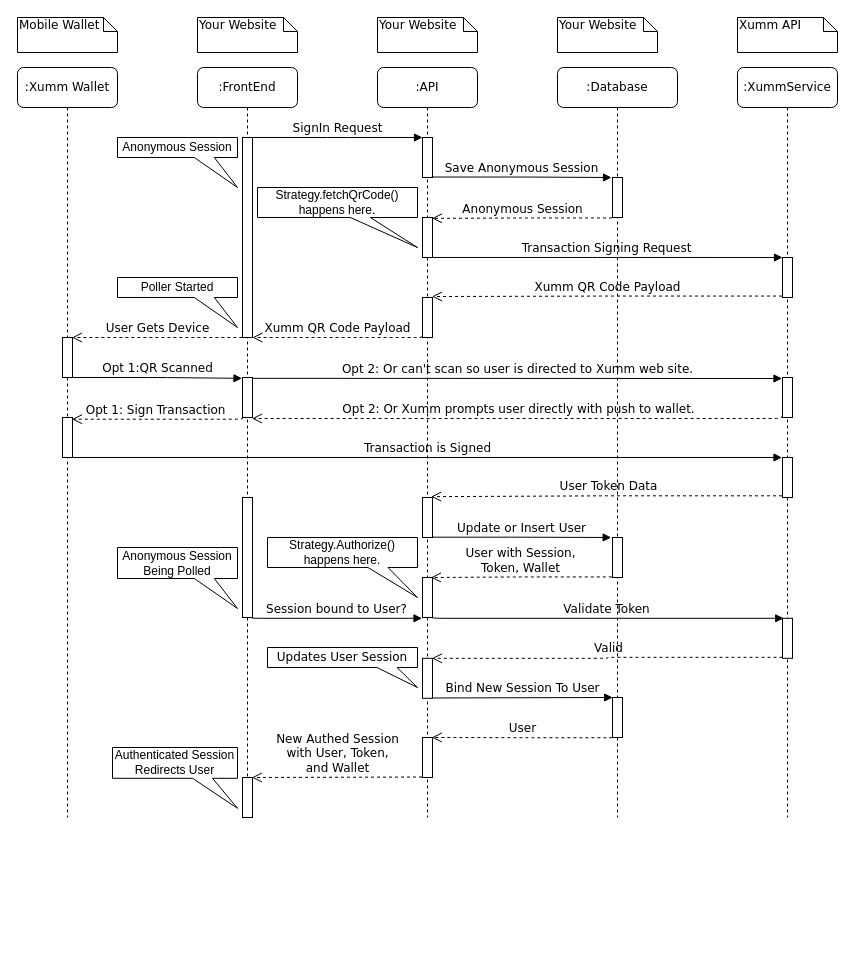
This is docs/E2E-Sequence.drawio from jfgrissom/passport-xumm, a draw.io file, before an edit. Source tidied: cells renumbered, new cells numbered last; positions are measured from the earlier drawing's top-left corner, leaving out a move shared by most shapes. Both pictures are drawn from the tidied source at 100%, with x=0, y=0 at pixel (17, 17).
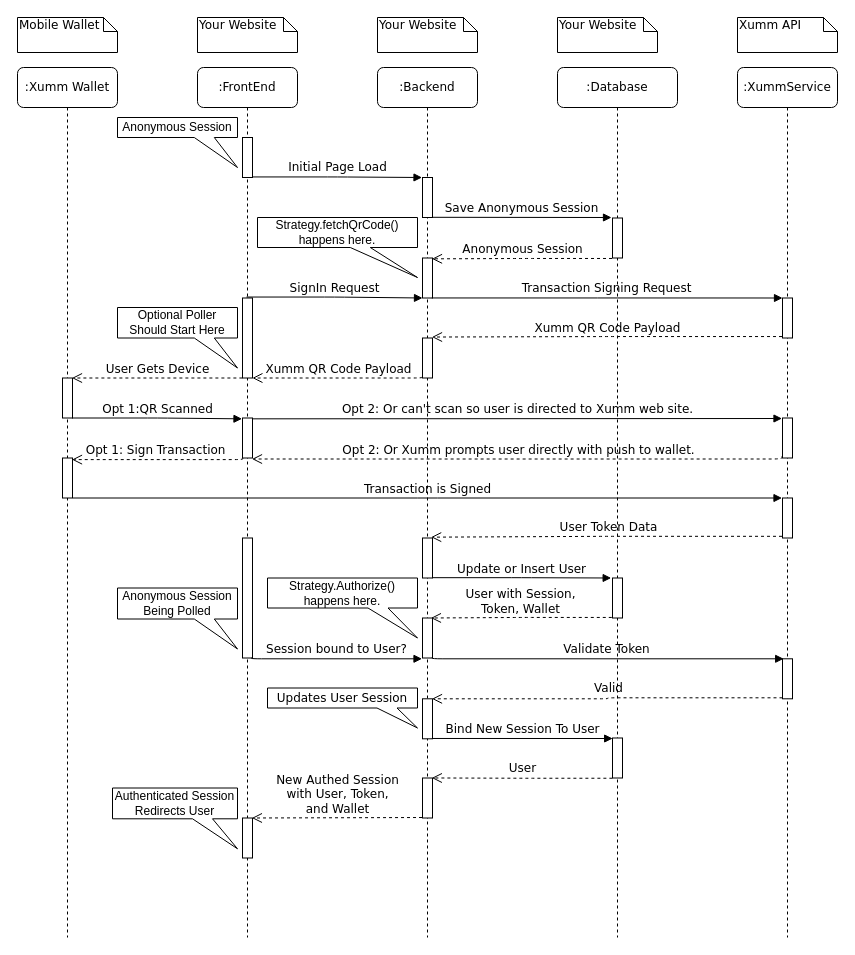
Above is the later version.

Change to the diagram source:
```diff
@@
-    <mxCell id="2" value=":API" style="shape=umlLifeline;perimeter=lifelinePerimeter;whiteSpace=wrap;html=1;rounded=1;shadow=0;comic=0;labelBackgroundColor=none;strokeWidth=1;fontFamily=Verdana;fontSize=12;align=center;" parent="1" vertex="1">
-      <mxGeometry x="360" y="50" width="100" height="750" as="geometry" />
+    <mxCell id="2" value=":Backend" style="shape=umlLifeline;perimeter=lifelinePerimeter;whiteSpace=wrap;html=1;rounded=1;shadow=0;comic=0;labelBackgroundColor=none;strokeWidth=1;fontFamily=Verdana;fontSize=12;align=center;" parent="1" vertex="1">
+      <mxGeometry x="360" y="50" width="100" height="870" as="geometry" />
     </mxCell>
     <mxCell id="3" style="html=1;points=[];perimeter=orthogonalPerimeter;rounded=0;shadow=0;comic=0;labelBackgroundColor=none;strokeWidth=1;fontFamily=Verdana;fontSize=12;align=center;" parent="2" vertex="1">
-      <mxGeometry x="45" y="70" width="10" height="40" as="geometry" />
+      <mxGeometry x="45" y="110" width="10" height="40" as="geometry" />
     </mxCell>
     <mxCell id="4" style="html=1;points=[];perimeter=orthogonalPerimeter;rounded=0;shadow=0;comic=0;labelBackgroundColor=none;strokeWidth=1;fontFamily=Verdana;fontSize=12;align=center;" parent="2" vertex="1">
-      <mxGeometry x="45" y="230" width="10" height="40" as="geometry" />
+      <mxGeometry x="45" y="270.5" width="10" height="40" as="geometry" />
     </mxCell>
     <mxCell id="5" style="html=1;points=[];perimeter=orthogonalPerimeter;rounded=0;shadow=0;comic=0;labelBackgroundColor=none;strokeWidth=1;fontFamily=Verdana;fontSize=12;align=center;" parent="2" vertex="1">
-      <mxGeometry x="45" y="430" width="10" height="40" as="geometry" />
+      <mxGeometry x="45" y="470.5" width="10" height="40" as="geometry" />
     </mxCell>
     <mxCell id="6" style="html=1;points=[];perimeter=orthogonalPerimeter;rounded=0;shadow=0;comic=0;labelBackgroundColor=none;strokeWidth=1;fontFamily=Verdana;fontSize=12;align=center;" parent="2" vertex="1">
-      <mxGeometry x="45" y="590.8" width="10" height="40" as="geometry" />
+      <mxGeometry x="45" y="631.3" width="10" height="40" as="geometry" />
     </mxCell>
     <mxCell id="7" value="Strategy.Authorize() happens here." style="shape=callout;whiteSpace=wrap;html=1;perimeter=calloutPerimeter;position2=1;size=30;position=0.67;base=20;" parent="2" vertex="1">
-      <mxGeometry x="-110" y="470" width="150" height="60" as="geometry" />
+      <mxGeometry x="-110" y="510.5" width="150" height="60" as="geometry" />
     </mxCell>
     <mxCell id="8" style="html=1;points=[];perimeter=orthogonalPerimeter;rounded=0;shadow=0;comic=0;labelBackgroundColor=none;strokeWidth=1;fontFamily=Verdana;fontSize=12;align=center;" parent="2" vertex="1">
-      <mxGeometry x="45" y="150" width="10" height="40" as="geometry" />
+      <mxGeometry x="45" y="190.5" width="10" height="40" as="geometry" />
     </mxCell>
     <mxCell id="9" style="html=1;points=[];perimeter=orthogonalPerimeter;rounded=0;shadow=0;comic=0;labelBackgroundColor=none;strokeWidth=1;fontFamily=Verdana;fontSize=12;align=center;" parent="2" vertex="1">
-      <mxGeometry x="45" y="510" width="10" height="40" as="geometry" />
+      <mxGeometry x="45" y="550.5" width="10" height="40" as="geometry" />
     </mxCell>
     <mxCell id="10" style="html=1;points=[];perimeter=orthogonalPerimeter;rounded=0;shadow=0;comic=0;labelBackgroundColor=none;strokeWidth=1;fontFamily=Verdana;fontSize=12;align=center;" parent="2" vertex="1">
-      <mxGeometry x="45" y="670" width="10" height="40" as="geometry" />
+      <mxGeometry x="45" y="710.5" width="10" height="40" as="geometry" />
     </mxCell>
     <mxCell id="11" value=":XummService" style="shape=umlLifeline;perimeter=lifelinePerimeter;whiteSpace=wrap;html=1;rounded=1;shadow=0;comic=0;labelBackgroundColor=none;strokeWidth=1;fontFamily=Verdana;fontSize=12;align=center;" parent="1" vertex="1">
-      <mxGeometry x="720" y="50" width="100" height="750" as="geometry" />
+      <mxGeometry x="720" y="50" width="100" height="870" as="geometry" />
     </mxCell>
     <mxCell id="12" style="html=1;points=[];perimeter=orthogonalPerimeter;rounded=0;shadow=0;comic=0;labelBackgroundColor=none;strokeWidth=1;fontFamily=Verdana;fontSize=12;align=center;" parent="11" vertex="1">
-      <mxGeometry x="45" y="190" width="10" height="40" as="geometry" />
+      <mxGeometry x="45" y="230.5" width="10" height="40" as="geometry" />
     </mxCell>
     <mxCell id="13" style="html=1;points=[];perimeter=orthogonalPerimeter;rounded=0;shadow=0;comic=0;labelBackgroundColor=none;strokeWidth=1;fontFamily=Verdana;fontSize=12;align=center;" parent="11" vertex="1">
-      <mxGeometry x="45" y="390" width="10" height="40" as="geometry" />
+      <mxGeometry x="45" y="430.5" width="10" height="40" as="geometry" />
     </mxCell>
     <mxCell id="14" style="html=1;points=[];perimeter=orthogonalPerimeter;rounded=0;shadow=0;comic=0;labelBackgroundColor=none;strokeWidth=1;fontFamily=Verdana;fontSize=12;align=center;" parent="11" vertex="1">
-      <mxGeometry x="45" y="310" width="10" height="40" as="geometry" />
+      <mxGeometry x="45" y="350.5" width="10" height="40" as="geometry" />
     </mxCell>
     <mxCell id="15" style="html=1;points=[];perimeter=orthogonalPerimeter;rounded=0;shadow=0;comic=0;labelBackgroundColor=none;strokeWidth=1;fontFamily=Verdana;fontSize=12;align=center;" parent="11" vertex="1">
-      <mxGeometry x="45" y="550.8" width="10" height="40" as="geometry" />
+      <mxGeometry x="45" y="591.3" width="10" height="40" as="geometry" />
     </mxCell>
     <mxCell id="16" value=":FrontEnd" style="shape=umlLifeline;perimeter=lifelinePerimeter;whiteSpace=wrap;html=1;rounded=1;shadow=0;comic=0;labelBackgroundColor=none;strokeWidth=1;fontFamily=Verdana;fontSize=12;align=center;" parent="1" vertex="1">
-      <mxGeometry x="180" y="50" width="100" height="750" as="geometry" />
+      <mxGeometry x="180" y="50" width="100" height="870" as="geometry" />
     </mxCell>
     <mxCell id="17" style="html=1;points=[];perimeter=orthogonalPerimeter;rounded=0;shadow=0;comic=0;labelBackgroundColor=none;strokeWidth=1;fontFamily=Verdana;fontSize=12;align=center;" parent="16" vertex="1">
-      <mxGeometry x="45" y="70" width="10" height="200" as="geometry" />
+      <mxGeometry x="45" y="230.5" width="10" height="80" as="geometry" />
     </mxCell>
     <mxCell id="18" style="html=1;points=[];perimeter=orthogonalPerimeter;rounded=0;shadow=0;comic=0;labelBackgroundColor=none;strokeWidth=1;fontFamily=Verdana;fontSize=12;align=center;" parent="16" vertex="1">
-      <mxGeometry x="45" y="310" width="10" height="40" as="geometry" />
+      <mxGeometry x="45" y="350.5" width="10" height="40" as="geometry" />
     </mxCell>
     <mxCell id="19" style="html=1;points=[];perimeter=orthogonalPerimeter;rounded=0;shadow=0;comic=0;labelBackgroundColor=none;strokeWidth=1;fontFamily=Verdana;fontSize=12;align=center;" parent="16" vertex="1">
-      <mxGeometry x="45" y="710" width="10" height="40" as="geometry" />
+      <mxGeometry x="45" y="750.5" width="10" height="40" as="geometry" />
     </mxCell>
     <mxCell id="20" value="Anonymous Session" style="shape=callout;whiteSpace=wrap;html=1;perimeter=calloutPerimeter;position2=1;size=30;position=0.64;base=20;" parent="16" vertex="1">
-      <mxGeometry x="-80" y="70" width="120" height="50" as="geometry" />
+      <mxGeometry x="-80" y="50" width="120" height="50" as="geometry" />
     </mxCell>
     <mxCell id="21" style="html=1;points=[];perimeter=orthogonalPerimeter;rounded=0;shadow=0;comic=0;labelBackgroundColor=none;strokeWidth=1;fontFamily=Verdana;fontSize=12;align=center;" parent="16" vertex="1">
-      <mxGeometry x="45" y="430" width="10" height="120" as="geometry" />
+      <mxGeometry x="45" y="470.5" width="10" height="120" as="geometry" />
     </mxCell>
     <mxCell id="22" value="Anonymous Session&lt;br&gt;Being Polled" style="shape=callout;whiteSpace=wrap;html=1;perimeter=calloutPerimeter;position2=1;size=30;position=0.64;base=20;" parent="16" vertex="1">
-      <mxGeometry x="-80" y="480" width="120" height="61" as="geometry" />
+      <mxGeometry x="-80" y="520.5" width="120" height="61" as="geometry" />
     </mxCell>
+    <mxCell id="60" style="html=1;points=[];perimeter=orthogonalPerimeter;rounded=0;shadow=0;comic=0;labelBackgroundColor=none;strokeWidth=1;fontFamily=Verdana;fontSize=12;align=center;" parent="16" vertex="1">
+      <mxGeometry x="45" y="70" width="10" height="40" as="geometry" />
+    </mxCell>
     <mxCell id="23" value="Xumm QR Code Payload" style="html=1;verticalAlign=bottom;endArrow=open;dashed=1;endSize=8;labelBackgroundColor=none;fontFamily=Verdana;fontSize=12;edgeStyle=elbowEdgeStyle;elbow=vertical;exitX=-0.05;exitY=0.972;exitDx=0;exitDy=0;exitPerimeter=0;entryX=0.989;entryY=0.998;entryDx=0;entryDy=0;entryPerimeter=0;" parent="1" edge="1" source="4" target="17">
       <mxGeometry relative="1" as="geometry">
         <Array as="points">
-          <mxPoint x="320" y="320" />
-          <mxPoint x="320" y="400" />
-          <mxPoint x="330" y="300" />
+          <mxPoint x="320" y="360.5" />
+          <mxPoint x="320" y="440.5" />
+          <mxPoint x="330" y="340.5" />
         </Array>
       </mxGeometry>
     </mxCell>
-    <mxCell id="24" value="SignIn Request" style="html=1;verticalAlign=bottom;endArrow=block;entryX=0;entryY=0;labelBackgroundColor=none;fontFamily=Verdana;fontSize=12;edgeStyle=elbowEdgeStyle;elbow=vertical;" parent="1" edge="1" source="17" target="3">
+    <mxCell id="24" value="SignIn Request" style="html=1;verticalAlign=bottom;endArrow=block;entryX=0;entryY=1;labelBackgroundColor=none;fontFamily=Verdana;fontSize=12;edgeStyle=elbowEdgeStyle;elbow=vertical;exitX=0.4;exitY=-0.012;exitDx=0;exitDy=0;exitPerimeter=0;entryDx=0;entryDy=0;entryPerimeter=0;" parent="1" edge="1" source="17" target="8">
       <mxGeometry relative="1" as="geometry" />
     </mxCell>
@@
     <mxCell id="30" value=":Xumm Wallet" style="shape=umlLifeline;perimeter=lifelinePerimeter;whiteSpace=wrap;html=1;rounded=1;shadow=0;comic=0;labelBackgroundColor=none;strokeWidth=1;fontFamily=Verdana;fontSize=12;align=center;" parent="1" vertex="1">
-      <mxGeometry y="50" width="100" height="750" as="geometry" />
+      <mxGeometry y="50" width="100" height="870" as="geometry" />
     </mxCell>
     <mxCell id="31" style="html=1;points=[];perimeter=orthogonalPerimeter;rounded=0;shadow=0;comic=0;labelBackgroundColor=none;strokeWidth=1;fontFamily=Verdana;fontSize=12;align=center;" parent="30" vertex="1">
-      <mxGeometry x="45" y="270" width="10" height="40" as="geometry" />
+      <mxGeometry x="45" y="310.5" width="10" height="40" as="geometry" />
     </mxCell>
     <mxCell id="32" style="html=1;points=[];perimeter=orthogonalPerimeter;rounded=0;shadow=0;comic=0;labelBackgroundColor=none;strokeWidth=1;fontFamily=Verdana;fontSize=12;align=center;" parent="30" vertex="1">
-      <mxGeometry x="45" y="350" width="10" height="40" as="geometry" />
+      <mxGeometry x="45" y="390.5" width="10" height="40" as="geometry" />
     </mxCell>
@@
     <mxCell id="35" value="Opt 1: Sign Transaction&amp;nbsp;" style="html=1;verticalAlign=bottom;endArrow=open;dashed=1;endSize=8;labelBackgroundColor=none;fontFamily=Verdana;fontSize=12;edgeStyle=elbowEdgeStyle;elbow=vertical;exitX=0.033;exitY=1;exitDx=0;exitDy=0;exitPerimeter=0;entryX=0.95;entryY=0.021;entryDx=0;entryDy=0;entryPerimeter=0;" parent="1" edge="1" source="18" target="32">
       <mxGeometry relative="1" as="geometry">
         <Array as="points">
-          <mxPoint x="135" y="401.7" />
-          <mxPoint x="125" y="491.7" />
-          <mxPoint x="135" y="391.7" />
+          <mxPoint x="135" y="442.1" />
+          <mxPoint x="125" y="532.1" />
+          <mxPoint x="135" y="432.1" />
         </Array>
       </mxGeometry>
     </mxCell>
@@
     <mxCell id="37" value="User Gets Device" style="html=1;verticalAlign=bottom;endArrow=open;dashed=1;endSize=8;labelBackgroundColor=none;fontFamily=Verdana;fontSize=12;edgeStyle=elbowEdgeStyle;elbow=vertical;entryX=0.95;entryY=0;entryDx=0;entryDy=0;entryPerimeter=0;exitX=-0.011;exitY=1;exitDx=0;exitDy=0;exitPerimeter=0;" parent="1" edge="1" source="17" target="31">
       <mxGeometry relative="1" as="geometry">
         <Array as="points">
-          <mxPoint x="140" y="320" />
-          <mxPoint x="119.7" y="400" />
-          <mxPoint x="129.7" y="300" />
+          <mxPoint x="140" y="360.5" />
+          <mxPoint x="119.7" y="440.5" />
+          <mxPoint x="129.7" y="340.5" />
         </Array>
       </mxGeometry>
     </mxCell>
@@
     <mxCell id="39" value="Opt 2: Or Xumm prompts user directly with push to wallet." style="html=1;verticalAlign=bottom;endArrow=open;dashed=1;endSize=8;labelBackgroundColor=none;fontFamily=Verdana;fontSize=12;edgeStyle=elbowEdgeStyle;elbow=horizontal;entryX=0.95;entryY=1.021;entryDx=0;entryDy=0;entryPerimeter=0;exitX=-0.05;exitY=0.958;exitDx=0;exitDy=0;exitPerimeter=0;" parent="1" edge="1" source="14" target="18">
       <mxGeometry relative="1" as="geometry">
         <Array as="points">
-          <mxPoint x="400" y="401" />
-          <mxPoint x="195" y="501.7" />
-          <mxPoint x="205" y="401.7" />
+          <mxPoint x="400" y="441.5" />
+          <mxPoint x="195" y="542.1" />
+          <mxPoint x="205" y="442.1" />
         </Array>
       </mxGeometry>
     </mxCell>
@@
     <mxCell id="41" value="Validate Token" style="html=1;verticalAlign=bottom;endArrow=block;labelBackgroundColor=none;fontFamily=Verdana;fontSize=12;edgeStyle=elbowEdgeStyle;elbow=vertical;entryX=0.117;entryY=0;entryDx=0;entryDy=0;entryPerimeter=0;exitX=0.961;exitY=0.985;exitDx=0;exitDy=0;exitPerimeter=0;" parent="1" edge="1" source="9" target="15">
       <mxGeometry relative="1" as="geometry">
         <Array as="points">
-          <mxPoint x="460" y="600.8" />
+          <mxPoint x="460" y="641.3" />
         </Array>
       </mxGeometry>
     </mxCell>
@@
     <mxCell id="43" value="New Authed Session&lt;br&gt;with User, Token, &lt;br&gt;and Wallet" style="html=1;verticalAlign=bottom;endArrow=open;dashed=1;endSize=8;labelBackgroundColor=none;fontFamily=Verdana;fontSize=12;edgeStyle=elbowEdgeStyle;elbow=vertical;entryX=0.941;entryY=0.007;entryDx=0;entryDy=0;entryPerimeter=0;exitX=-0.048;exitY=0.988;exitDx=0;exitDy=0;exitPerimeter=0;" parent="1" edge="1" source="10" target="19">
       <mxGeometry x="-0.01" relative="1" as="geometry">
         <Array as="points">
-          <mxPoint x="320" y="760" />
-          <mxPoint x="187.3" y="783.2" />
-          <mxPoint x="197.3" y="683.2" />
+          <mxPoint x="320" y="800.5" />
+          <mxPoint x="187.3" y="823.7" />
+          <mxPoint x="197.3" y="723.7" />
         </Array>
       </mxGeometry>
     </mxCell>
     <mxCell id="44" value=":Database" style="shape=umlLifeline;perimeter=lifelinePerimeter;whiteSpace=wrap;html=1;rounded=1;shadow=0;comic=0;labelBackgroundColor=none;strokeWidth=1;fontFamily=Verdana;fontSize=12;align=center;" parent="1" vertex="1">
-      <mxGeometry x="540" y="50" width="120" height="750" as="geometry" />
+      <mxGeometry x="540" y="50" width="120" height="870" as="geometry" />
     </mxCell>
     <mxCell id="45" style="html=1;points=[];perimeter=orthogonalPerimeter;rounded=0;shadow=0;comic=0;labelBackgroundColor=none;strokeWidth=1;fontFamily=Verdana;fontSize=12;align=center;" parent="44" vertex="1">
-      <mxGeometry x="55" y="110" width="10" height="40" as="geometry" />
+      <mxGeometry x="55" y="150.5" width="10" height="40" as="geometry" />
     </mxCell>
     <mxCell id="46" style="html=1;points=[];perimeter=orthogonalPerimeter;rounded=0;shadow=0;comic=0;labelBackgroundColor=none;strokeWidth=1;fontFamily=Verdana;fontSize=12;align=center;" parent="44" vertex="1">
-      <mxGeometry x="55" y="470" width="10" height="40" as="geometry" />
+      <mxGeometry x="55" y="510.5" width="10" height="40" as="geometry" />
     </mxCell>
     <mxCell id="47" style="html=1;points=[];perimeter=orthogonalPerimeter;rounded=0;shadow=0;comic=0;labelBackgroundColor=none;strokeWidth=1;fontFamily=Verdana;fontSize=12;align=center;" parent="44" vertex="1">
-      <mxGeometry x="55" y="630" width="10" height="40" as="geometry" />
+      <mxGeometry x="55" y="670.5" width="10" height="40" as="geometry" />
     </mxCell>
@@
-    <mxCell id="49" value="Save Anonymous Session" style="html=1;verticalAlign=bottom;endArrow=block;entryX=-0.1;entryY=0;labelBackgroundColor=none;fontFamily=Verdana;fontSize=12;edgeStyle=elbowEdgeStyle;elbow=vertical;exitX=0.905;exitY=0.988;exitDx=0;exitDy=0;exitPerimeter=0;entryDx=0;entryDy=0;entryPerimeter=0;" parent="1" edge="1" source="3" target="45">
+    <mxCell id="49" value="Save Anonymous Session" style="html=1;verticalAlign=bottom;endArrow=block;entryX=-0.1;entryY=0;labelBackgroundColor=none;fontFamily=Verdana;fontSize=12;edgeStyle=elbowEdgeStyle;elbow=vertical;entryDx=0;entryDy=0;entryPerimeter=0;exitX=0.94;exitY=0.995;exitDx=0;exitDy=0;exitPerimeter=0;" parent="1" edge="1" source="3" target="45">
       <mxGeometry relative="1" as="geometry" />
     </mxCell>
@@
     <mxCell id="53" value="Session bound to User?" style="html=1;verticalAlign=bottom;endArrow=block;labelBackgroundColor=none;fontFamily=Verdana;fontSize=12;edgeStyle=elbowEdgeStyle;elbow=vertical;exitX=0.9;exitY=0.998;exitDx=0;exitDy=0;exitPerimeter=0;entryX=-0.048;entryY=1.012;entryDx=0;entryDy=0;entryPerimeter=0;" parent="1" edge="1" source="21" target="9">
       <mxGeometry relative="1" as="geometry">
         <Array as="points">
-          <mxPoint x="279.7" y="600.8" />
+          <mxPoint x="279.7" y="641.3" />
         </Array>
       </mxGeometry>
     </mxCell>
     <mxCell id="54" value="Strategy.fetchQrCode() happens here." style="shape=callout;whiteSpace=wrap;html=1;perimeter=calloutPerimeter;position2=1;size=30;position=0.58;base=20;" parent="1" vertex="1">
-      <mxGeometry x="240" y="170" width="160" height="60" as="geometry" />
+      <mxGeometry x="240" y="200" width="160" height="60" as="geometry" />
     </mxCell>
-    <mxCell id="55" value="Poller Started" style="shape=callout;whiteSpace=wrap;html=1;perimeter=calloutPerimeter;position2=1;size=30;position=0.64;base=20;" parent="1" vertex="1">
-      <mxGeometry x="100" y="260" width="120" height="50" as="geometry" />
+    <mxCell id="55" value="Optional Poller Should Start Here" style="shape=callout;whiteSpace=wrap;html=1;perimeter=calloutPerimeter;position2=1;size=30;position=0.64;base=20;" parent="1" vertex="1">
+      <mxGeometry x="100" y="290" width="120" height="60.5" as="geometry" />
     </mxCell>
     <mxCell id="56" value="Authenticated Session&lt;br&gt;Redirects User" style="shape=callout;whiteSpace=wrap;html=1;perimeter=calloutPerimeter;position2=1;size=30;position=0.64;base=20;" parent="1" vertex="1">
-      <mxGeometry x="95" y="730" width="125" height="60.8" as="geometry" />
+      <mxGeometry x="95" y="770.5" width="125" height="60.8" as="geometry" />
     </mxCell>
@@
     <mxCell id="59" value="&lt;font face=&quot;verdana&quot;&gt;Updates User Session&lt;/font&gt;" style="shape=callout;whiteSpace=wrap;html=1;perimeter=calloutPerimeter;position2=1;size=20;position=0.73;base=20;" parent="1" vertex="1">
-      <mxGeometry x="250" y="630" width="150" height="40" as="geometry" />
+      <mxGeometry x="250" y="670.5" width="150" height="40" as="geometry" />
     </mxCell>
+    <mxCell id="61" value="Initial Page Load" style="html=1;verticalAlign=bottom;endArrow=block;labelBackgroundColor=none;fontFamily=Verdana;fontSize=12;edgeStyle=elbowEdgeStyle;elbow=vertical;exitX=0.957;exitY=0.986;exitDx=0;exitDy=0;exitPerimeter=0;entryX=-0.048;entryY=0;entryDx=0;entryDy=0;entryPerimeter=0;" parent="1" edge="1" source="60" target="3">
+      <mxGeometry relative="1" as="geometry" />
+    </mxCell>
```
